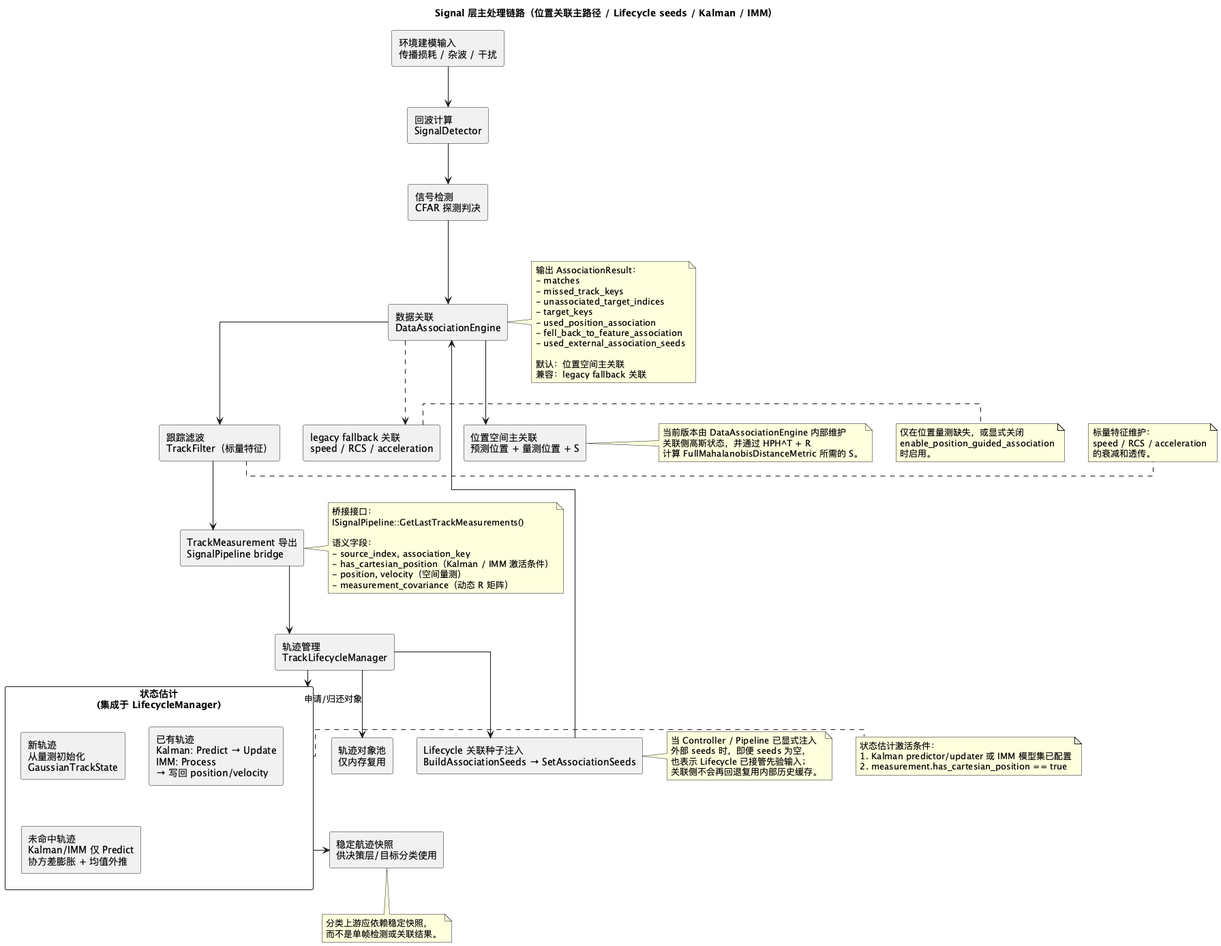
boilwater-3/1q keeps this PlantUML diagram as doc/architecture/signal/signal-processing-flow.png. Above is the earlier version.
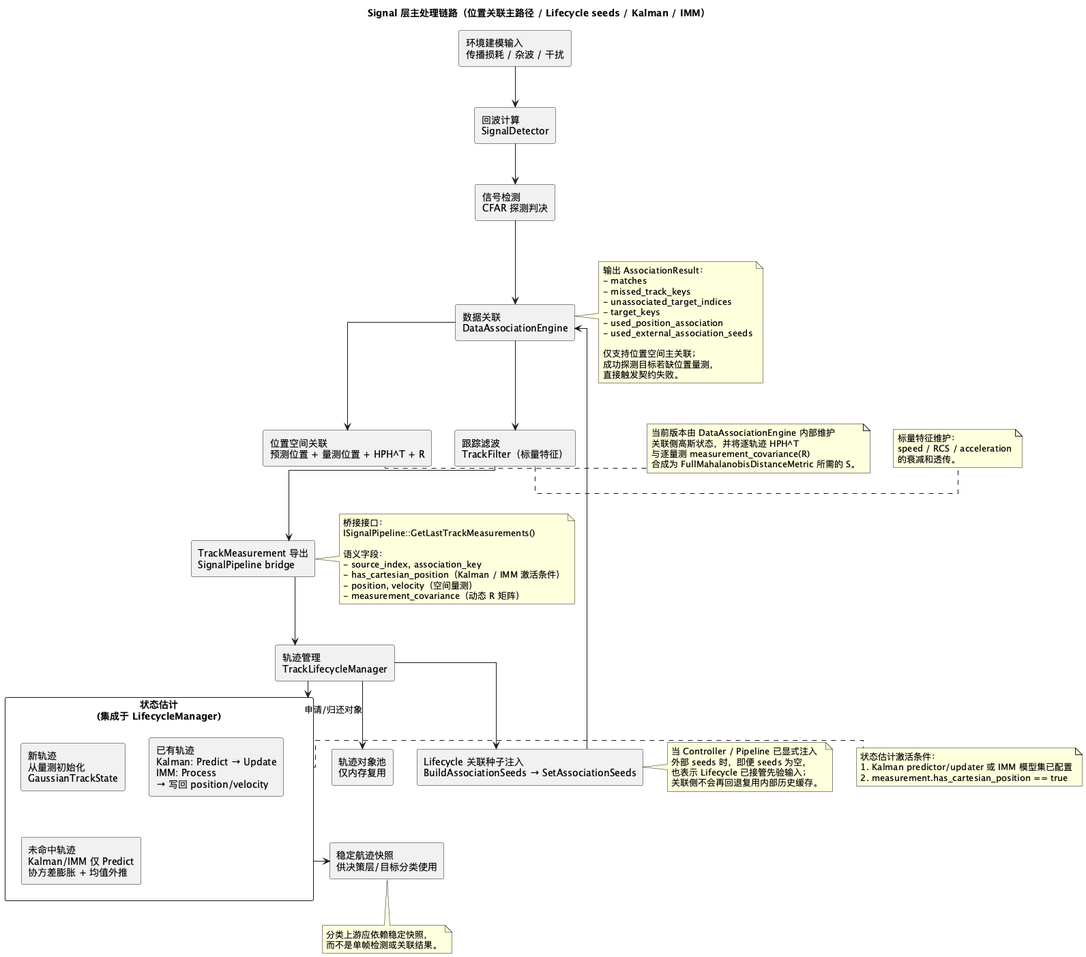
Later version of the same file.

What changed in the source:
```diff
@@ -10,8 +10,7 @@
 rectangle "信号检测\nCFAR 探测判决" as DETECT
 rectangle "Lifecycle 关联种子注入\nBuildAssociationSeeds → SetAssociationSeeds" as SEEDS
 rectangle "数据关联\nDataAssociationEngine" as ASSOC
-rectangle "位置空间主关联\n预测位置 + 量测位置 + S" as POS_ASSOC
-rectangle "legacy fallback 关联\nspeed / RCS / acceleration" as LEGACY_ASSOC
+rectangle "位置空间关联\n预测位置 + 量测位置 + HPH^T + R" as POS_ASSOC
 rectangle "跟踪滤波\nTrackFilter（标量特征）" as FILTER
 rectangle "TrackMeasurement 导出\nSignalPipeline bridge" as MEAS
 rectangle "轨迹管理\nTrackLifecycleManager" as LIFECYCLE
@@ -31,7 +30,6 @@
 SEEDS --> ASSOC
 DETECT --> ASSOC
 ASSOC --> POS_ASSOC
-ASSOC ..> LEGACY_ASSOC
 ASSOC --> FILTER
 FILTER --> MEAS
 MEAS --> LIFECYCLE
@@ -46,11 +44,11 @@
   - unassociated_target_indices
   - target_keys
   - used_position_association
-  - fell_back_to_feature_association
   - used_external_association_seeds
 
-  默认：位置空间主关联
-  兼容：legacy fallback 关联
+  仅支持位置空间主关联；
+  成功探测目标若缺位置量测，
+  直接触发契约失败。
 end note
 
 note right of SEEDS
@@ -85,14 +83,9 @@
 
 note right of POS_ASSOC
   当前版本由 DataAssociationEngine 内部维护
-  关联侧高斯状态，并通过 HPH^T + R
-  计算 FullMahalanobisDistanceMetric 所需的 S。
-end note
-
-note right of LEGACY_ASSOC
-  仅在位置量测缺失，或显式关闭
-  enable_position_guided_association
-  时启用。
+  关联侧高斯状态，并将逐轨迹 HPH^T
+  与逐量测 measurement_covariance(R)
+  合成为 FullMahalanobisDistanceMetric 所需的 S。
 end note
 
 note bottom of SNAPSHOT
```
